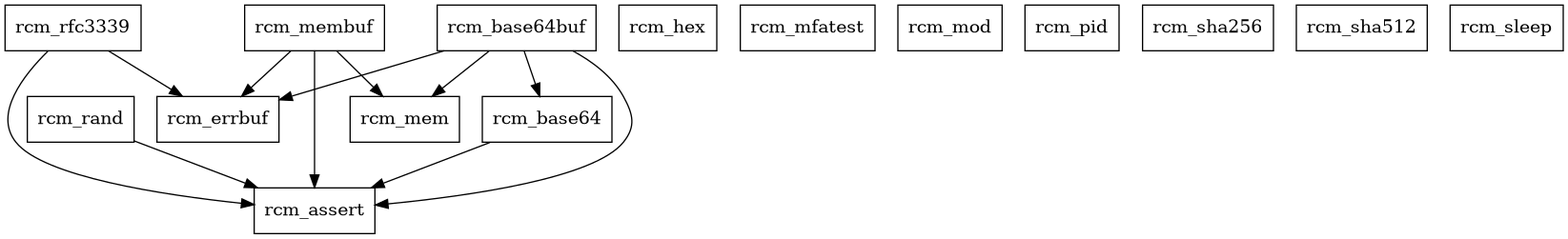
librcm/librcm keeps this Graphviz diagram as docs/module_deps.png. Above is the earlier version. Its source is kept beside it as docs/module_deps.dot.
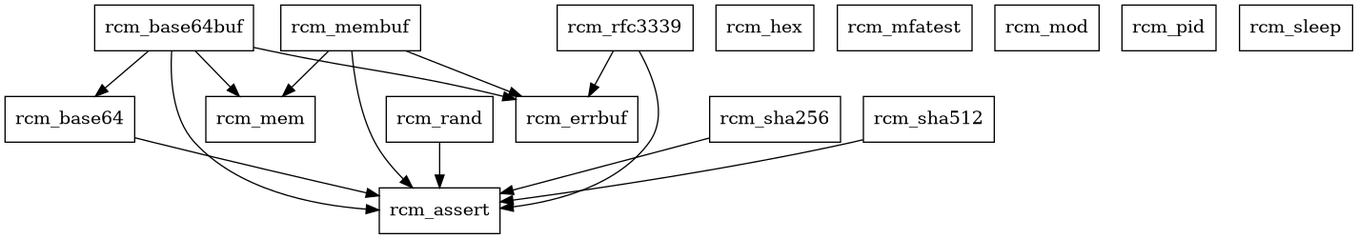
The same file after the commit.

Diff of the diagram source:
```diff
@@ -25,4 +25,6 @@
   rcm_rand -> rcm_assert
   rcm_rfc3339 -> rcm_assert
   rcm_rfc3339 -> rcm_errbuf
+  rcm_sha256 -> rcm_assert
+  rcm_sha512 -> rcm_assert
 }
```
